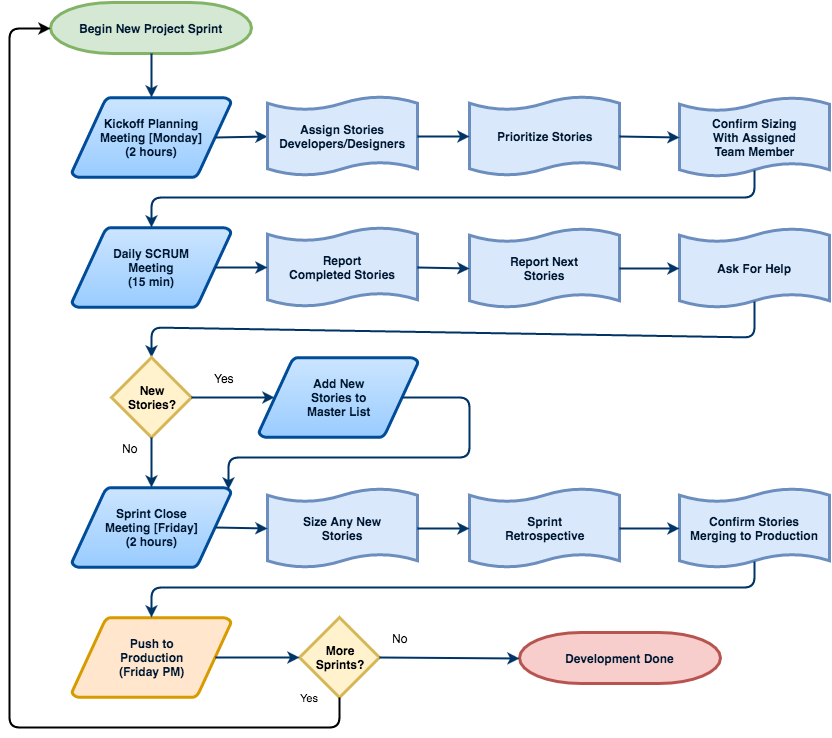
Before: new-projects/phase-4.png, a diagram exported from draw.io (inigo-llc/guides). Source tidied: cells renumbered, new cells last; positions are measured from the earlier drawing's top-left corner, leaving out a move shared by most shapes.
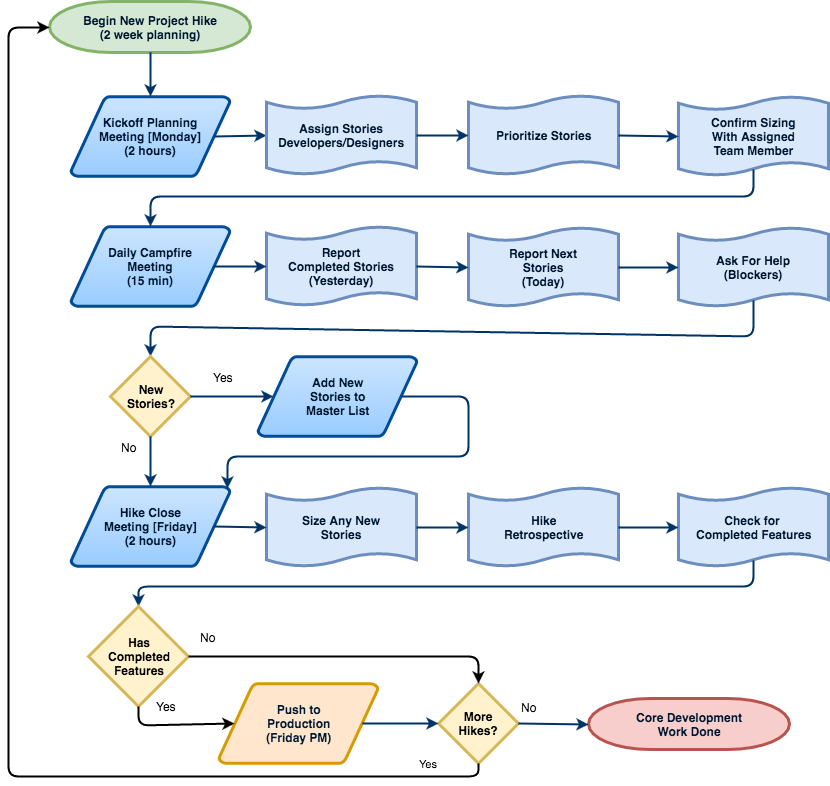
After the commit.

Commit message:
Updated for Hike terminology and adding more details on meetings

Change to the diagram source:
```diff
@@ -2,7 +2,7 @@
   <root>
     <mxCell id="0" style="html=1;" />
     <mxCell id="1" style="html=1;" parent="0" />
-    <mxCell id="2" value="&lt;span id=&quot;docs-internal-guid-2be10829-be1b-4936-090d-993d12926e40&quot;&gt;&lt;span&gt;Begin New Project Sprint&lt;/span&gt;&lt;/span&gt;" style="shape=mxgraph.flowchart.terminator;fillColor=#d5e8d4;strokeColor=#82b366;strokeWidth=3;gradientDirection=north;fontColor=#001933;fontStyle=1;html=1;" parent="1" vertex="1">
+    <mxCell id="2" value="&lt;span id=&quot;docs-internal-guid-2be10829-be1b-4936-090d-993d12926e40&quot;&gt;&lt;span&gt;Begin New Project Hike&lt;br&gt;(2 week planning)&lt;/span&gt;&lt;/span&gt;" style="shape=mxgraph.flowchart.terminator;fillColor=#d5e8d4;strokeColor=#82b366;strokeWidth=3;gradientDirection=north;fontColor=#001933;fontStyle=1;html=1;" parent="1" vertex="1">
       <mxGeometry x="41" width="201" height="51" as="geometry" />
     </mxCell>
     <mxCell id="3" value="&lt;span id=&quot;docs-internal-guid-2be10829-be1b-9418-8592-b7c81de41808&quot;&gt;&lt;span&gt;Kickoff Planning&lt;br&gt;Meeting [Monday]&lt;br&gt;&lt;/span&gt;&lt;/span&gt;(2 hours)" style="shape=mxgraph.flowchart.data;fillColor=#99CCFF;strokeColor=#004C99;strokeWidth=3;gradientColor=#CCE5FF;gradientDirection=north;fontColor=#001933;fontStyle=1;html=1;" parent="1" vertex="1">
@@ -29,7 +29,7 @@
     <mxCell id="10" style="fontColor=#001933;fontStyle=1;strokeColor=#003366;strokeWidth=2;html=1;entryX=0;entryY=0.5;entryPerimeter=0;exitX=1;exitY=0.5;exitPerimeter=0;" parent="1" edge="1" source="7" target="9">
       <mxGeometry x="9" y="186.7" as="geometry" />
     </mxCell>
-    <mxCell id="11" value="Daily SCRUM&lt;br&gt;Meeting&lt;br&gt;(15 min)" style="shape=mxgraph.flowchart.data;fillColor=#99CCFF;strokeColor=#004C99;strokeWidth=3;gradientColor=#CCE5FF;gradientDirection=north;fontColor=#001933;fontStyle=1;html=1;" parent="1" vertex="1">
+    <mxCell id="11" value="Daily Campfire&lt;br&gt;Meeting&lt;br&gt;(15 min)" style="shape=mxgraph.flowchart.data;fillColor=#99CCFF;strokeColor=#004C99;strokeWidth=3;gradientColor=#CCE5FF;gradientDirection=north;fontColor=#001933;fontStyle=1;html=1;" parent="1" vertex="1">
       <mxGeometry x="62.5" y="225" width="159" height="80" as="geometry" />
     </mxCell>
     <mxCell id="12" style="fontColor=#001933;fontStyle=1;strokeColor=#003366;strokeWidth=2;html=1;entryX=0.5;entryY=0;entryPerimeter=0;exitX=0.5;exitY=0.91;exitPerimeter=0;" parent="1" edge="1" source="9" target="11">
@@ -40,13 +40,13 @@
         </Array>
       </mxGeometry>
     </mxCell>
-    <mxCell id="13" value="&lt;span id=&quot;docs-internal-guid-2be10829-be3a-c805-8358-851072497db8&quot;&gt;&lt;span&gt;Report&lt;br&gt;Completed Stories&lt;/span&gt;&lt;/span&gt;" style="shape=mxgraph.flowchart.paper_tape;fillColor=#dae8fc;strokeColor=#6c8ebf;strokeWidth=3;gradientDirection=north;fontColor=#001933;fontStyle=1;html=1;" parent="1" vertex="1">
+    <mxCell id="13" value="&lt;span id=&quot;docs-internal-guid-2be10829-be3a-c805-8358-851072497db8&quot;&gt;&lt;span&gt;Report&lt;br&gt;Completed Stories&lt;br&gt;(Yesterday)&lt;/span&gt;&lt;/span&gt;" style="shape=mxgraph.flowchart.paper_tape;fillColor=#dae8fc;strokeColor=#6c8ebf;strokeWidth=3;gradientDirection=north;fontColor=#001933;fontStyle=1;html=1;" parent="1" vertex="1">
       <mxGeometry x="258" y="224" width="150" height="81" as="geometry" />
     </mxCell>
-    <mxCell id="14" value="Report Next&lt;br&gt;Stories" style="shape=mxgraph.flowchart.paper_tape;fillColor=#dae8fc;strokeColor=#6c8ebf;strokeWidth=3;gradientDirection=north;fontColor=#001933;fontStyle=1;html=1;" parent="1" vertex="1">
+    <mxCell id="14" value="Report Next&lt;br&gt;Stories&lt;br&gt;(Today)" style="shape=mxgraph.flowchart.paper_tape;fillColor=#dae8fc;strokeColor=#6c8ebf;strokeWidth=3;gradientDirection=north;fontColor=#001933;fontStyle=1;html=1;" parent="1" vertex="1">
       <mxGeometry x="460" y="225" width="150" height="81" as="geometry" />
     </mxCell>
-    <mxCell id="15" value="Ask For Help" style="shape=mxgraph.flowchart.paper_tape;fillColor=#dae8fc;strokeColor=#6c8ebf;strokeWidth=3;gradientDirection=north;fontColor=#001933;fontStyle=1;html=1;" parent="1" vertex="1">
+    <mxCell id="15" value="Ask For Help&lt;br&gt;(Blockers)" style="shape=mxgraph.flowchart.paper_tape;fillColor=#dae8fc;strokeColor=#6c8ebf;strokeWidth=3;gradientDirection=north;fontColor=#001933;fontStyle=1;html=1;" parent="1" vertex="1">
       <mxGeometry x="670" y="225" width="150" height="81" as="geometry" />
     </mxCell>
     <mxCell id="16" style="fontColor=#001933;fontStyle=1;strokeColor=#003366;strokeWidth=2;html=1;entryX=0;entryY=0.5;entryPerimeter=0;exitX=0.905;exitY=0.5;exitPerimeter=0;" parent="1" edge="1" source="11" target="13">
@@ -58,7 +58,7 @@
     <mxCell id="18" style="fontColor=#001933;fontStyle=1;strokeColor=#003366;strokeWidth=2;html=1;entryX=0;entryY=0.5;entryPerimeter=0;exitX=1;exitY=0.5;exitPerimeter=0;" parent="1" edge="1" source="14" target="15">
       <mxGeometry x="41" y="197.7" as="geometry" />
     </mxCell>
-    <mxCell id="19" value="Sprint Close&lt;br&gt;Meeting [Friday]&lt;br&gt;(2 hours)" style="shape=mxgraph.flowchart.data;fillColor=#99CCFF;strokeColor=#004C99;strokeWidth=3;gradientColor=#CCE5FF;gradientDirection=north;fontColor=#001933;fontStyle=1;html=1;" parent="1" vertex="1">
+    <mxCell id="19" value="Hike Close&lt;br&gt;Meeting [Friday]&lt;br&gt;(2 hours)" style="shape=mxgraph.flowchart.data;fillColor=#99CCFF;strokeColor=#004C99;strokeWidth=3;gradientColor=#CCE5FF;gradientDirection=north;fontColor=#001933;fontStyle=1;html=1;" parent="1" vertex="1">
       <mxGeometry x="62.5" y="485" width="159" height="80" as="geometry" />
     </mxCell>
     <mxCell id="20" style="fontColor=#001933;fontStyle=1;strokeColor=#003366;strokeWidth=2;html=1;entryX=0.5;entryY=0;exitX=0.5;exitY=0.91;exitPerimeter=0;" parent="1" edge="1" source="15" target="35">
@@ -72,10 +72,10 @@
     <mxCell id="21" value="Size Any New&lt;br&gt;Stories" style="shape=mxgraph.flowchart.paper_tape;fillColor=#dae8fc;strokeColor=#6c8ebf;strokeWidth=3;gradientDirection=north;fontColor=#001933;fontStyle=1;html=1;" parent="1" vertex="1">
       <mxGeometry x="258" y="485" width="150" height="81" as="geometry" />
     </mxCell>
-    <mxCell id="22" value="Sprint&lt;br&gt;&lt;span id=&quot;docs-internal-guid-2be10829-be3e-aefc-6af4-e0300cf1d009&quot;&gt;&lt;span&gt;Retrospective&lt;/span&gt;&lt;/span&gt;" style="shape=mxgraph.flowchart.paper_tape;fillColor=#dae8fc;strokeColor=#6c8ebf;strokeWidth=3;gradientDirection=north;fontColor=#001933;fontStyle=1;html=1;" parent="1" vertex="1">
+    <mxCell id="22" value="Hike&lt;br&gt;&lt;span id=&quot;docs-internal-guid-2be10829-be3e-aefc-6af4-e0300cf1d009&quot;&gt;&lt;span&gt;Retrospective&lt;/span&gt;&lt;/span&gt;" style="shape=mxgraph.flowchart.paper_tape;fillColor=#dae8fc;strokeColor=#6c8ebf;strokeWidth=3;gradientDirection=north;fontColor=#001933;fontStyle=1;html=1;" parent="1" vertex="1">
       <mxGeometry x="460" y="485" width="150" height="81" as="geometry" />
     </mxCell>
-    <mxCell id="23" value="Confirm Stories&lt;br&gt;Merging to Production" style="shape=mxgraph.flowchart.paper_tape;fillColor=#dae8fc;strokeColor=#6c8ebf;strokeWidth=3;gradientDirection=north;fontColor=#001933;fontStyle=1;html=1;" parent="1" vertex="1">
+    <mxCell id="23" value="Check for &lt;br&gt;Completed Features" style="shape=mxgraph.flowchart.paper_tape;fillColor=#dae8fc;strokeColor=#6c8ebf;strokeWidth=3;gradientDirection=north;fontColor=#001933;fontStyle=1;html=1;" parent="1" vertex="1">
       <mxGeometry x="670" y="485" width="150" height="81" as="geometry" />
     </mxCell>
     <mxCell id="24" style="fontColor=#001933;fontStyle=1;strokeColor=#003366;strokeWidth=2;html=1;entryX=0;entryY=0.5;entryPerimeter=0;exitX=0.905;exitY=0.5;exitPerimeter=0;" parent="1" edge="1" source="19" target="21">
@@ -88,38 +88,38 @@
       <mxGeometry x="51" y="327.7" as="geometry" />
     </mxCell>
     <mxCell id="27" value="Push to&lt;br&gt;Production&lt;br&gt;(Friday PM)" style="shape=mxgraph.flowchart.data;fillColor=#ffe6cc;strokeColor=#d79b00;strokeWidth=3;gradientDirection=north;fontColor=#001933;fontStyle=1;html=1;" parent="1" vertex="1">
-      <mxGeometry x="62.5" y="615" width="159" height="80" as="geometry" />
+      <mxGeometry x="210.5" y="682" width="159" height="80" as="geometry" />
     </mxCell>
-    <mxCell id="28" style="fontColor=#001933;fontStyle=1;strokeColor=#003366;strokeWidth=2;html=1;entryX=0.5;entryY=0;entryPerimeter=0;exitX=0.5;exitY=0.91;exitPerimeter=0;" parent="1" edge="1" source="23" target="27">
+    <mxCell id="28" style="fontColor=#001933;fontStyle=1;strokeColor=#003366;strokeWidth=2;html=1;entryX=0.5;entryY=0;exitX=0.5;exitY=0.91;exitPerimeter=0;" parent="1" edge="1" source="23" target="42">
       <mxGeometry x="21" y="580.7" as="geometry">
         <Array as="points">
           <mxPoint x="745" y="585" />
-          <mxPoint x="142" y="585" />
+          <mxPoint x="130" y="585" />
         </Array>
       </mxGeometry>
     </mxCell>
-    <mxCell id="29" value="Development Done" style="shape=mxgraph.flowchart.terminator;fillColor=#f8cecc;strokeColor=#b85450;strokeWidth=3;gradientDirection=north;fontColor=#001933;fontStyle=1;html=1;" parent="1" vertex="1">
-      <mxGeometry x="510" y="630" width="201" height="51" as="geometry" />
+    <mxCell id="29" value="Core Development&lt;br&gt;Work Done" style="shape=mxgraph.flowchart.terminator;fillColor=#f8cecc;strokeColor=#b85450;strokeWidth=3;gradientDirection=north;fontColor=#001933;fontStyle=1;html=1;" parent="1" vertex="1">
+      <mxGeometry x="580" y="697" width="201" height="51" as="geometry" />
     </mxCell>
-    <mxCell id="30" value="More&lt;br&gt;Sprints?" style="rhombus;whiteSpace=wrap;html=1;strokeWidth=3;fillColor=#fff2cc;strokeColor=#d6b656;fontStyle=1;" parent="1" vertex="1">
-      <mxGeometry x="290" y="615" width="80" height="80" as="geometry" />
+    <mxCell id="30" value="More&lt;br&gt;Hikes?" style="rhombus;whiteSpace=wrap;html=1;strokeWidth=3;fillColor=#fff2cc;strokeColor=#d6b656;fontStyle=1;" parent="1" vertex="1">
+      <mxGeometry x="430" y="682" width="80" height="80" as="geometry" />
     </mxCell>
     <mxCell id="31" style="fontColor=#001933;fontStyle=1;strokeColor=#003366;strokeWidth=2;html=1;entryX=0;entryY=0.5;exitX=0.905;exitY=0.5;exitPerimeter=0;" parent="1" edge="1" source="27" target="30">
-      <mxGeometry x="41" y="317.7" as="geometry" />
+      <mxGeometry x="41" y="314.7" as="geometry" />
     </mxCell>
     <mxCell id="32" style="fontColor=#001933;fontStyle=1;strokeColor=#003366;strokeWidth=2;html=1;exitX=1;exitY=0.5;entryX=0;entryY=0.5;entryPerimeter=0;" parent="1" edge="1" source="30" target="29">
       <mxGeometry x="51" y="327.7" as="geometry" />
     </mxCell>
     <mxCell id="33" value="No" style="text;html=1;align=center;verticalAlign=middle;labelBackgroundColor=#ffffff;" parent="32" vertex="1">
       <mxGeometry relative="1" as="geometry">
-        <mxPoint x="-50" y="-20" as="offset" />
+        <mxPoint x="-25" y="-17" as="offset" />
       </mxGeometry>
     </mxCell>
     <mxCell id="34" value="Yes" style="endArrow=classic;html=1;strokeColor=#000000;strokeWidth=2;endSize=6;startSize=6;entryX=0;entryY=0.5;entryPerimeter=0;exitX=0.5;exitY=1;" parent="1" edge="1" source="30" target="2">
-      <mxGeometry x="-0.89" y="-30" relative="1" as="geometry">
+      <mxGeometry x="-0.9" y="-13" relative="1" as="geometry">
         <Array as="points">
-          <mxPoint x="330" y="725" />
-          <mxPoint y="725" />
+          <mxPoint x="470" y="775" />
+          <mxPoint y="775" />
           <mxPoint y="26" />
         </Array>
       </mxGeometry>
@@ -155,5 +155,32 @@
         </Array>
       </mxGeometry>
     </mxCell>
+    <mxCell id="42" value="Has&lt;br&gt;Completed&lt;br&gt;Features" style="rhombus;whiteSpace=wrap;html=1;strokeWidth=3;fillColor=#fff2cc;strokeColor=#d6b656;fontStyle=1;" parent="1" vertex="1">
+      <mxGeometry x="80" y="605" width="100" height="100" as="geometry" />
+    </mxCell>
+    <mxCell id="43" style="endArrow=classic;html=1;strokeColor=#000000;strokeWidth=2;entryX=0.095;entryY=0.5;entryPerimeter=0;exitX=0.5;exitY=1;" parent="1" edge="1" source="42" target="27">
+      <mxGeometry relative="1" as="geometry">
+        <Array as="points">
+          <mxPoint x="130" y="724" />
+        </Array>
+      </mxGeometry>
+    </mxCell>
+    <mxCell id="44" value="Yes" style="text;html=1;align=center;verticalAlign=middle;labelBackgroundColor=#ffffff;" parent="43" vertex="1">
+      <mxGeometry x="-0.66" y="-3" relative="1" as="geometry">
+        <mxPoint x="26" y="-22" as="offset" />
+      </mxGeometry>
+    </mxCell>
+    <mxCell id="45" style="endArrow=classic;html=1;strokeColor=#000000;strokeWidth=2;entryX=0.5;entryY=0;exitX=1;exitY=0.5;" parent="1" edge="1" source="42" target="30">
+      <mxGeometry relative="1" as="geometry">
+        <Array as="points">
+          <mxPoint x="470" y="655" />
+        </Array>
+      </mxGeometry>
+    </mxCell>
+    <mxCell id="46" value="No" style="text;html=1;align=center;verticalAlign=middle;labelBackgroundColor=#ffffff;" parent="45" vertex="1">
+      <mxGeometry x="0.12" y="-2" relative="1" as="geometry">
+        <mxPoint x="-158" y="-22" as="offset" />
+      </mxGeometry>
+    </mxCell>
   </root>
 </mxGraphModel>
```
